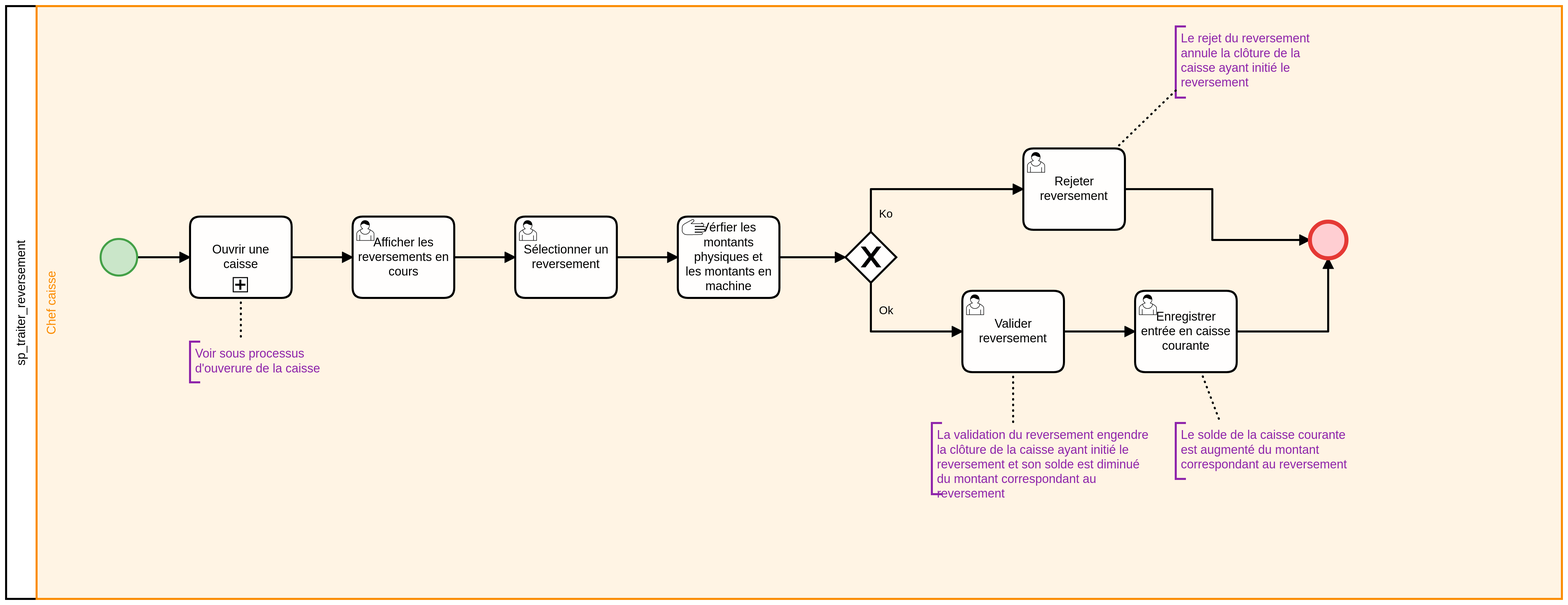
This is Tresorerie/sp_traiter_reversement.png from consolengnam/JNP-BPMN, a BPMN export, as it was before one commit. Its source is kept beside it as Tresorerie/sp_traiter_reversement.bpmn. Ids are renumbered.
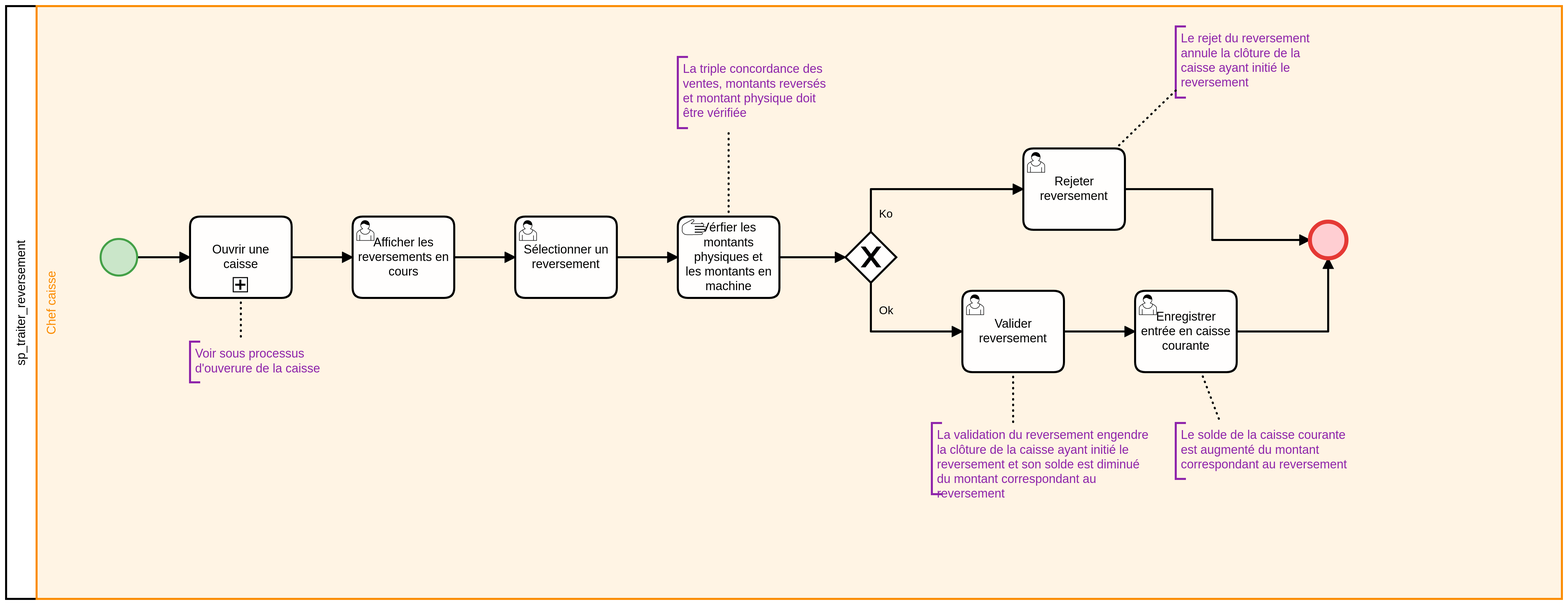
Above is the later version.

Diff of the diagram source:
```diff
@@ -83,6 +83,10 @@
     <bpmn:textAnnotation id="TextAnnotation_n33">
       <bpmn:text>La validation du reversement engendre la clôture de la caisse ayant initié le reversement et son solde est diminué du montant correspondant au reversement</bpmn:text>
     </bpmn:textAnnotation>
+    <bpmn:textAnnotation id="TextAnnotation_n36">
+      <bpmn:text>La triple concordance des ventes, montants reversés et montant physique doit être vérifiée</bpmn:text>
+    </bpmn:textAnnotation>
+    <bpmn:association id="Association_n37" sourceRef="Activity_n9" targetRef="TextAnnotation_n36" />
   </bpmn:process>
   <bpmndi:BPMNDiagram id="BPMNDiagram_1">
     <bpmndi:BPMNPlane id="BPMNPlane_1" bpmnElement="Collaboration_n2">
@@ -94,41 +98,32 @@
         <dc:Bounds x="159" y="80" width="1501" height="583" />
         <bpmndi:BPMNLabel />
       </bpmndi:BPMNShape>
-      <bpmndi:BPMNShape id="TextAnnotation_n33_di" bpmnElement="TextAnnotation_n33" bioc:stroke="#8e24aa" bioc:fill="#e1bee7" color:background-color="#e1bee7" color:border-color="#8e24aa">
-        <dc:Bounds x="1040" y="490" width="220" height="70" />
+      <bpmndi:BPMNShape id="TextAnnotation_n36_di" bpmnElement="TextAnnotation_n36" bioc:stroke="#8e24aa" bioc:fill="#e1bee7" color:background-color="#e1bee7" color:border-color="#8e24aa">
+        <dc:Bounds x="790" y="130" width="155" height="70" />
         <bpmndi:BPMNLabel />
       </bpmndi:BPMNShape>
-      <bpmndi:BPMNShape id="TextAnnotation_n26_di" bpmnElement="TextAnnotation_n26" bioc:stroke="#8e24aa" bioc:fill="#e1bee7" color:background-color="#e1bee7" color:border-color="#8e24aa">
-        <dc:Bounds x="310" y="410" width="170" height="40" />
-        <bpmndi:BPMNLabel />
-      </bpmndi:BPMNShape>
-      <bpmndi:BPMNShape id="TextAnnotation_n27_di" bpmnElement="TextAnnotation_n27" bioc:stroke="#8e24aa" bioc:fill="#e1bee7" color:background-color="#e1bee7" color:border-color="#8e24aa">
-        <dc:Bounds x="1280" y="100" width="150" height="70" />
-        <bpmndi:BPMNLabel />
-      </bpmndi:BPMNShape>
-      <bpmndi:BPMNShape id="TextAnnotation_n30_di" bpmnElement="TextAnnotation_n30" bioc:stroke="#8e24aa" bioc:fill="#e1bee7" color:background-color="#e1bee7" color:border-color="#8e24aa">
-        <dc:Bounds x="1280" y="490" width="180" height="55" />
-        <bpmndi:BPMNLabel />
-      </bpmndi:BPMNShape>
-      <bpmndi:BPMNEdge id="Flow_n17_di" bpmnElement="Flow_n17">
-        <di:waypoint x="410" y="327" />
-        <di:waypoint x="470" y="327" />
+      <bpmndi:BPMNEdge id="Flow_n25_di" bpmnElement="Flow_n25">
+        <di:waypoint x="1230" y="260" />
+        <di:waypoint x="1316" y="260" />
+        <di:waypoint x="1316" y="310" />
+        <di:waypoint x="1412" y="310" />
       </bpmndi:BPMNEdge>
-      <bpmndi:BPMNEdge id="Flow_n16_di" bpmnElement="Flow_n16">
-        <di:waypoint x="258" y="327" />
-        <di:waypoint x="310" y="327" />
+      <bpmndi:BPMNEdge id="Flow_n24_di" bpmnElement="Flow_n24">
+        <di:waypoint x="1340" y="400" />
+        <di:waypoint x="1430" y="400" />
+        <di:waypoint x="1430" y="328" />
       </bpmndi:BPMNEdge>
-      <bpmndi:BPMNEdge id="Flow_n18_di" bpmnElement="Flow_n18">
-        <di:waypoint x="570" y="327" />
-        <di:waypoint x="630" y="327" />
+      <bpmndi:BPMNEdge id="Flow_n23_di" bpmnElement="Flow_n23">
+        <di:waypoint x="1170" y="400" />
+        <di:waypoint x="1240" y="400" />
       </bpmndi:BPMNEdge>
-      <bpmndi:BPMNEdge id="Flow_n19_di" bpmnElement="Flow_n19">
-        <di:waypoint x="730" y="327" />
-        <di:waypoint x="790" y="327" />
-      </bpmndi:BPMNEdge>
-      <bpmndi:BPMNEdge id="Flow_n20_di" bpmnElement="Flow_n20">
-        <di:waypoint x="890" y="327" />
-        <di:waypoint x="955" y="327" />
+      <bpmndi:BPMNEdge id="Flow_n22_di" bpmnElement="Flow_n22">
+        <di:waypoint x="980" y="302" />
+        <di:waypoint x="980" y="260" />
+        <di:waypoint x="1130" y="260" />
+        <bpmndi:BPMNLabel>
+          <dc:Bounds x="988" y="278" width="14" height="14" />
+        </bpmndi:BPMNLabel>
       </bpmndi:BPMNEdge>
       <bpmndi:BPMNEdge id="Flow_n21_di" bpmnElement="Flow_n21">
         <di:waypoint x="980" y="352" />
@@ -138,28 +133,25 @@
           <dc:Bounds x="988" y="373" width="15" height="14" />
         </bpmndi:BPMNLabel>
       </bpmndi:BPMNEdge>
-      <bpmndi:BPMNEdge id="Flow_n22_di" bpmnElement="Flow_n22">
-        <di:waypoint x="980" y="302" />
-        <di:waypoint x="980" y="260" />
-        <di:waypoint x="1130" y="260" />
-        <bpmndi:BPMNLabel>
-          <dc:Bounds x="988" y="278" width="14" height="14" />
-        </bpmndi:BPMNLabel>
+      <bpmndi:BPMNEdge id="Flow_n20_di" bpmnElement="Flow_n20">
+        <di:waypoint x="890" y="327" />
+        <di:waypoint x="955" y="327" />
       </bpmndi:BPMNEdge>
-      <bpmndi:BPMNEdge id="Flow_n23_di" bpmnElement="Flow_n23">
-        <di:waypoint x="1170" y="400" />
-        <di:waypoint x="1240" y="400" />
+      <bpmndi:BPMNEdge id="Flow_n19_di" bpmnElement="Flow_n19">
+        <di:waypoint x="730" y="327" />
+        <di:waypoint x="790" y="327" />
       </bpmndi:BPMNEdge>
-      <bpmndi:BPMNEdge id="Flow_n24_di" bpmnElement="Flow_n24">
-        <di:waypoint x="1340" y="400" />
-        <di:waypoint x="1430" y="400" />
-        <di:waypoint x="1430" y="328" />
+      <bpmndi:BPMNEdge id="Flow_n18_di" bpmnElement="Flow_n18">
+        <di:waypoint x="570" y="327" />
+        <di:waypoint x="630" y="327" />
       </bpmndi:BPMNEdge>
-      <bpmndi:BPMNEdge id="Flow_n25_di" bpmnElement="Flow_n25">
-        <di:waypoint x="1230" y="260" />
-        <di:waypoint x="1316" y="260" />
-        <di:waypoint x="1316" y="310" />
-        <di:waypoint x="1412" y="310" />
+      <bpmndi:BPMNEdge id="Flow_n16_di" bpmnElement="Flow_n16">
+        <di:waypoint x="258" y="327" />
+        <di:waypoint x="310" y="327" />
+      </bpmndi:BPMNEdge>
+      <bpmndi:BPMNEdge id="Flow_n17_di" bpmnElement="Flow_n17">
+        <di:waypoint x="410" y="327" />
+        <di:waypoint x="470" y="327" />
       </bpmndi:BPMNEdge>
       <bpmndi:BPMNShape id="_BPMNShape_StartEvent_2" bpmnElement="StartEvent_1" bioc:stroke="#43a047" bioc:fill="#c8e6c9" color:background-color="#c8e6c9" color:border-color="#43a047">
         <dc:Bounds x="222" y="309" width="36" height="36" />
@@ -191,10 +183,22 @@
       <bpmndi:BPMNShape id="Activity_1b8h839_di" bpmnElement="Activity_n15">
         <dc:Bounds x="310" y="287" width="100" height="80" />
       </bpmndi:BPMNShape>
-      <bpmndi:BPMNEdge id="Association_n32_di" bpmnElement="Association_n32">
-        <di:waypoint x="1120" y="440" />
-        <di:waypoint x="1120" y="490" />
-      </bpmndi:BPMNEdge>
+      <bpmndi:BPMNShape id="TextAnnotation_n26_di" bpmnElement="TextAnnotation_n26" bioc:stroke="#8e24aa" bioc:fill="#e1bee7" color:background-color="#e1bee7" color:border-color="#8e24aa">
+        <dc:Bounds x="310" y="410" width="170" height="40" />
+        <bpmndi:BPMNLabel />
+      </bpmndi:BPMNShape>
+      <bpmndi:BPMNShape id="TextAnnotation_n27_di" bpmnElement="TextAnnotation_n27" bioc:stroke="#8e24aa" bioc:fill="#e1bee7" color:background-color="#e1bee7" color:border-color="#8e24aa">
+        <dc:Bounds x="1280" y="100" width="150" height="70" />
+        <bpmndi:BPMNLabel />
+      </bpmndi:BPMNShape>
+      <bpmndi:BPMNShape id="TextAnnotation_n30_di" bpmnElement="TextAnnotation_n30" bioc:stroke="#8e24aa" bioc:fill="#e1bee7" color:background-color="#e1bee7" color:border-color="#8e24aa">
+        <dc:Bounds x="1280" y="490" width="180" height="55" />
+        <bpmndi:BPMNLabel />
+      </bpmndi:BPMNShape>
+      <bpmndi:BPMNShape id="TextAnnotation_n33_di" bpmnElement="TextAnnotation_n33" bioc:stroke="#8e24aa" bioc:fill="#e1bee7" color:background-color="#e1bee7" color:border-color="#8e24aa">
+        <dc:Bounds x="1040" y="490" width="220" height="70" />
+        <bpmndi:BPMNLabel />
+      </bpmndi:BPMNShape>
       <bpmndi:BPMNEdge id="Association_n28_di" bpmnElement="Association_n28">
         <di:waypoint x="360" y="367" />
         <di:waypoint x="360" y="410" />
@@ -207,6 +211,14 @@
         <di:waypoint x="1305" y="440" />
         <di:waypoint x="1324" y="490" />
       </bpmndi:BPMNEdge>
+      <bpmndi:BPMNEdge id="Association_n32_di" bpmnElement="Association_n32">
+        <di:waypoint x="1120" y="440" />
+        <di:waypoint x="1120" y="490" />
+      </bpmndi:BPMNEdge>
+      <bpmndi:BPMNEdge id="Association_n37_di" bpmnElement="Association_n37">
+        <di:waypoint x="840" y="287" />
+        <di:waypoint x="840" y="200" />
+      </bpmndi:BPMNEdge>
     </bpmndi:BPMNPlane>
   </bpmndi:BPMNDiagram>
   <bpmndi:BPMNDiagram id="BPMNDiagram_n34">
```
